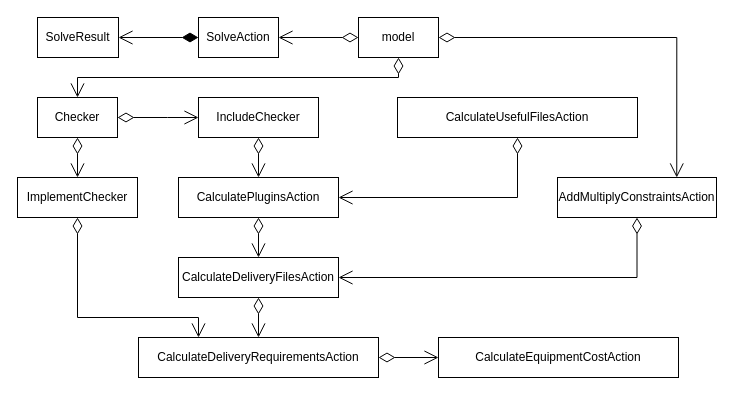
Above: publication_2/images/uml.drawio in Dambr/yewking (draw.io), before the change. Source tidied: cells renumbered, new cells numbered last; positions are measured from the earlier drawing's top-left corner, leaving out a move shared by most shapes. Both pictures are drawn from the tidied source at 100%, with x=0, y=0 at pixel (17, 17).
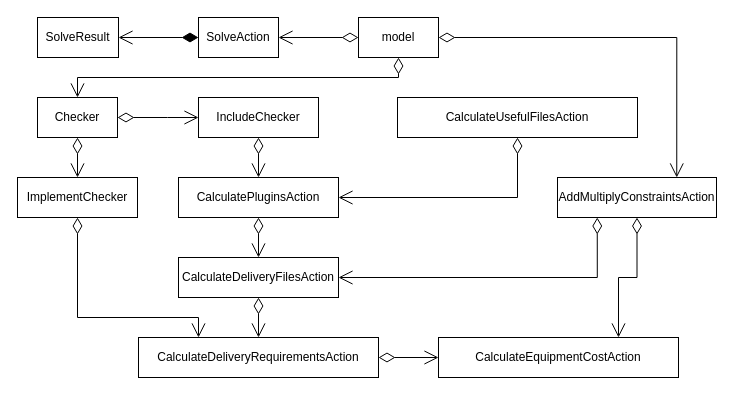
The same diagram, later.

Unchanged cells that the change refers to:
```xml
<mxCell id="4" value="CalculateEquipmentCostAction" style="html=1;whiteSpace=wrap;" parent="1" vertex="1">
  <mxGeometry x="421" y="320" width="240" height="40" as="geometry" />
</mxCell>
<mxCell id="7" value="CalculateDeliveryFilesAction" style="html=1;whiteSpace=wrap;" parent="1" vertex="1">
  <mxGeometry x="161" y="240" width="160" height="40" as="geometry" />
</mxCell>
<mxCell id="8" value="AddMultiplyConstraintsAction" style="html=1;whiteSpace=wrap;" parent="1" vertex="1">
  <mxGeometry x="540" y="160" width="159" height="40" as="geometry" />
</mxCell>
```

Diff of the diagram source:
```diff
@@
-    <mxCell id="18" style="endArrow=open;html=1;endSize=12;startArrow=diamondThin;startSize=14;startFill=0;edgeStyle=orthogonalEdgeStyle;rounded=0;exitX=0.5;exitY=1;exitDx=0;exitDy=0;entryX=1;entryY=0.5;entryDx=0;entryDy=0;" parent="1" edge="1" source="8" target="7">
+    <mxCell id="18" style="endArrow=open;html=1;endSize=12;startArrow=diamondThin;startSize=14;startFill=0;edgeStyle=orthogonalEdgeStyle;rounded=0;exitX=0.25;exitY=1;exitDx=0;exitDy=0;entryX=1;entryY=0.5;entryDx=0;entryDy=0;" parent="1" edge="1" source="8" target="7">
       <mxGeometry relative="1" as="geometry">
         <Array as="points">
-          <mxPoint x="620" y="260" />
+          <mxPoint x="580" y="260" />
         </Array>
       </mxGeometry>
     </mxCell>
@@
+    <mxCell id="27" style="endArrow=open;html=1;endSize=12;startArrow=diamondThin;startSize=14;startFill=0;edgeStyle=orthogonalEdgeStyle;rounded=0;exitX=0.5;exitY=1;exitDx=0;exitDy=0;entryX=0.75;entryY=0;entryDx=0;entryDy=0;" parent="1" edge="1" source="8" target="4">
+      <mxGeometry relative="1" as="geometry" />
+    </mxCell>
```
